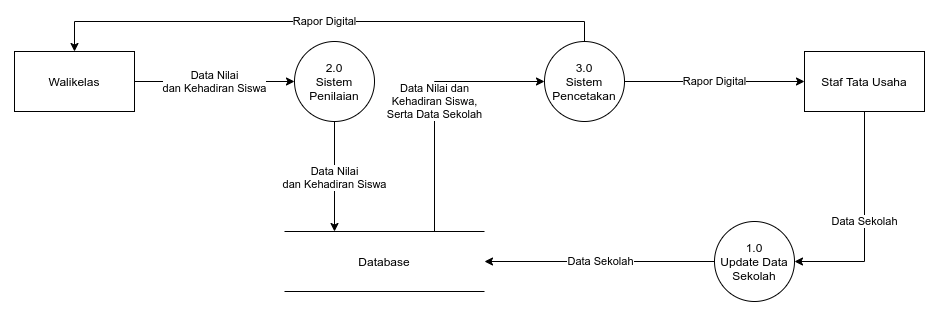
Above: Flow and Other Stuff/DFD Level 1.png in harizMunawar/Laporan-REI (draw.io), before the change. Source tidied: cells renumbered, new cells last; positions are measured from the earlier drawing's top-left corner, leaving out a move shared by most shapes.
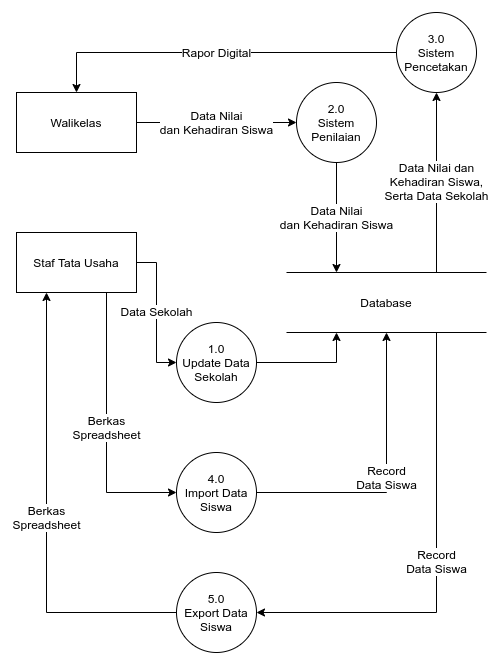
Above is the later version.

Diff of the diagram source:
```diff
@@ -2,44 +2,59 @@
   <root>
     <mxCell id="0" />
     <mxCell id="1" parent="0" />
-    <mxCell id="2" value="Data Nilai&lt;br&gt;dan Kehadiran Siswa" style="edgeStyle=orthogonalEdgeStyle;rounded=0;jettySize=auto;html=1;exitX=0.5;exitY=1;exitDx=0;exitDy=0;entryX=0.25;entryY=0;entryDx=0;entryDy=0;" parent="1" edge="1" source="3" target="9">
+    <mxCell id="2" value="Data Nilai&lt;br style=&quot;font-size: 12px;&quot;&gt;dan Kehadiran Siswa" style="edgeStyle=orthogonalEdgeStyle;rounded=0;jettySize=auto;html=1;exitX=0.5;exitY=1;exitDx=0;exitDy=0;entryX=0.25;entryY=0;entryDx=0;entryDy=0;fontSize=12;" parent="1" edge="1" source="3" target="9">
       <mxGeometry relative="1" as="geometry" />
     </mxCell>
-    <mxCell id="3" value="2.0&lt;br&gt;Sistem Penilaian" style="ellipse;whiteSpace=wrap;html=1;" parent="1" vertex="1">
+    <mxCell id="3" value="2.0&lt;br style=&quot;font-size: 12px;&quot;&gt;Sistem Penilaian" style="ellipse;whiteSpace=wrap;html=1;fontSize=12;" parent="1" vertex="1">
       <mxGeometry x="280" width="80" height="80" as="geometry" />
     </mxCell>
-    <mxCell id="4" value="Data Nilai&lt;br&gt;dan Kehadiran Siswa" style="edgeStyle=orthogonalEdgeStyle;rounded=0;jettySize=auto;html=1;exitX=1;exitY=0.5;exitDx=0;exitDy=0;entryX=0;entryY=0.5;entryDx=0;entryDy=0;" parent="1" edge="1" source="5" target="3">
+    <mxCell id="4" value="Data Nilai&lt;br style=&quot;font-size: 12px;&quot;&gt;dan Kehadiran Siswa" style="edgeStyle=orthogonalEdgeStyle;rounded=0;jettySize=auto;html=1;exitX=1;exitY=0.5;exitDx=0;exitDy=0;entryX=0;entryY=0.5;entryDx=0;entryDy=0;fontSize=12;" parent="1" edge="1" source="5" target="3">
       <mxGeometry relative="1" as="geometry" />
     </mxCell>
-    <mxCell id="5" value="Walikelas" style="rounded=0;whiteSpace=wrap;html=1;" parent="1" vertex="1">
+    <mxCell id="5" value="Walikelas" style="rounded=0;whiteSpace=wrap;html=1;fontSize=12;" parent="1" vertex="1">
       <mxGeometry y="10" width="120" height="60" as="geometry" />
     </mxCell>
-    <mxCell id="6" value="Data Sekolah" style="edgeStyle=orthogonalEdgeStyle;rounded=0;jettySize=auto;html=1;exitX=0.5;exitY=1;exitDx=0;exitDy=0;entryX=1;entryY=0.5;entryDx=0;entryDy=0;" parent="1" edge="1" source="7" target="14">
+    <mxCell id="6" value="Data Sekolah" style="edgeStyle=orthogonalEdgeStyle;rounded=0;jettySize=auto;html=1;exitX=1;exitY=0.5;exitDx=0;exitDy=0;entryX=0;entryY=0.5;entryDx=0;entryDy=0;fontSize=12;" parent="1" edge="1" source="7" target="14">
       <mxGeometry relative="1" as="geometry" />
     </mxCell>
+    <mxCell id="15" value="Berkas&lt;br style=&quot;font-size: 12px;&quot;&gt;Spreadsheet" style="edgeStyle=orthogonalEdgeStyle;rounded=0;jettySize=auto;html=1;exitX=0.75;exitY=1;exitDx=0;exitDy=0;entryX=0;entryY=0.5;entryDx=0;entryDy=0;fontSize=12;" parent="1" edge="1" source="7" target="18">
+      <mxGeometry relative="1" as="geometry" />
+    </mxCell>
-    <mxCell id="7" value="Staf Tata Usaha" style="rounded=0;whiteSpace=wrap;html=1;" parent="1" vertex="1">
-      <mxGeometry x="790" y="10" width="120" height="60" as="geometry" />
+    <mxCell id="7" value="Staf Tata Usaha" style="rounded=0;whiteSpace=wrap;html=1;fontSize=12;" parent="1" vertex="1">
+      <mxGeometry y="150" width="120" height="60" as="geometry" />
     </mxCell>
-    <mxCell id="8" value="Data Nilai dan&lt;br&gt;Kehadiran Siswa,&lt;br&gt;Serta Data Sekolah" style="edgeStyle=orthogonalEdgeStyle;rounded=0;jettySize=auto;html=1;exitX=0.75;exitY=0;exitDx=0;exitDy=0;entryX=0;entryY=0.5;entryDx=0;entryDy=0;" parent="1" edge="1" source="9" target="12">
+    <mxCell id="8" value="Data Nilai dan&lt;br style=&quot;font-size: 12px;&quot;&gt;Kehadiran Siswa,&lt;br style=&quot;font-size: 12px;&quot;&gt;Serta Data Sekolah" style="edgeStyle=orthogonalEdgeStyle;rounded=0;jettySize=auto;html=1;exitX=0.75;exitY=0;exitDx=0;exitDy=0;entryX=0.5;entryY=1;entryDx=0;entryDy=0;fontSize=12;" parent="1" edge="1" source="9" target="12">
       <mxGeometry relative="1" as="geometry" />
     </mxCell>
+    <mxCell id="16" value="Record&lt;br style=&quot;font-size: 12px;&quot;&gt;Data Siswa" style="edgeStyle=orthogonalEdgeStyle;rounded=0;jettySize=auto;html=1;exitX=0.75;exitY=1;exitDx=0;exitDy=0;entryX=1;entryY=0.5;entryDx=0;entryDy=0;fontSize=12;" parent="1" edge="1" source="9" target="20">
+      <mxGeometry relative="1" as="geometry" />
+    </mxCell>
-    <mxCell id="9" value="Database" style="shape=partialRectangle;whiteSpace=wrap;html=1;left=0;right=0;fillColor=none;" parent="1" vertex="1">
+    <mxCell id="9" value="Database" style="shape=partialRectangle;whiteSpace=wrap;html=1;left=0;right=0;fillColor=none;fontSize=12;" parent="1" vertex="1">
       <mxGeometry x="270" y="190" width="200" height="60" as="geometry" />
     </mxCell>
-    <mxCell id="10" value="Rapor Digital" style="edgeStyle=orthogonalEdgeStyle;rounded=0;jettySize=auto;html=1;exitX=0.5;exitY=0;exitDx=0;exitDy=0;entryX=0.5;entryY=0;entryDx=0;entryDy=0;" parent="1" edge="1" source="12" target="5">
+    <mxCell id="10" value="Rapor Digital" style="edgeStyle=orthogonalEdgeStyle;rounded=0;jettySize=auto;html=1;exitX=0;exitY=0.5;exitDx=0;exitDy=0;entryX=0.5;entryY=0;entryDx=0;entryDy=0;fontSize=12;" parent="1" edge="1" source="12" target="5">
       <mxGeometry relative="1" as="geometry" />
     </mxCell>
-    <mxCell id="11" value="Rapor Digital" style="edgeStyle=orthogonalEdgeStyle;rounded=0;jettySize=auto;html=1;exitX=1;exitY=0.5;exitDx=0;exitDy=0;entryX=0;entryY=0.5;entryDx=0;entryDy=0;" parent="1" edge="1" source="12" target="7">
-      <mxGeometry relative="1" as="geometry" />
-    </mxCell>
-    <mxCell id="12" value="3.0&lt;br&gt;Sistem Pencetakan" style="ellipse;whiteSpace=wrap;html=1;" parent="1" vertex="1">
-      <mxGeometry x="530" width="80" height="80" as="geometry" />
+    <mxCell id="12" value="3.0&lt;br style=&quot;font-size: 12px;&quot;&gt;Sistem Pencetakan" style="ellipse;whiteSpace=wrap;html=1;fontSize=12;" parent="1" vertex="1">
+      <mxGeometry x="380" y="-70" width="80" height="80" as="geometry" />
     </mxCell>
-    <mxCell id="13" value="Data Sekolah" style="edgeStyle=orthogonalEdgeStyle;rounded=0;jettySize=auto;html=1;exitX=0;exitY=0.5;exitDx=0;exitDy=0;entryX=1;entryY=0.5;entryDx=0;entryDy=0;" parent="1" edge="1" source="14" target="9">
+    <mxCell id="13" style="edgeStyle=orthogonalEdgeStyle;rounded=0;jettySize=auto;html=1;exitX=1;exitY=0.5;exitDx=0;exitDy=0;entryX=0.25;entryY=1;entryDx=0;entryDy=0;fontSize=12;" parent="1" edge="1" source="14" target="9">
       <mxGeometry relative="1" as="geometry" />
     </mxCell>
-    <mxCell id="14" value="1.0&lt;br&gt;Update Data&lt;br&gt;Sekolah" style="ellipse;whiteSpace=wrap;html=1;" parent="1" vertex="1">
-      <mxGeometry x="700" y="180" width="80" height="80" as="geometry" />
+    <mxCell id="14" value="1.0&lt;br style=&quot;font-size: 12px;&quot;&gt;Update Data&lt;br style=&quot;font-size: 12px;&quot;&gt;Sekolah" style="ellipse;whiteSpace=wrap;html=1;fontSize=12;" parent="1" vertex="1">
+      <mxGeometry x="160" y="240" width="80" height="80" as="geometry" />
     </mxCell>
+    <mxCell id="17" value="Record&lt;br style=&quot;font-size: 12px;&quot;&gt;Data Siswa" style="edgeStyle=orthogonalEdgeStyle;rounded=0;jettySize=auto;html=1;exitX=1;exitY=0.5;exitDx=0;exitDy=0;entryX=0.5;entryY=1;entryDx=0;entryDy=0;fontSize=12;" parent="1" edge="1" source="18" target="9">
+      <mxGeometry relative="1" as="geometry" />
+    </mxCell>
+    <mxCell id="18" value="4.0&lt;br style=&quot;font-size: 12px;&quot;&gt;Import Data Siswa" style="ellipse;whiteSpace=wrap;html=1;fontSize=12;" parent="1" vertex="1">
+      <mxGeometry x="160" y="370" width="80" height="80" as="geometry" />
+    </mxCell>
+    <mxCell id="19" value="Berkas&lt;br style=&quot;font-size: 12px;&quot;&gt;Spreadsheet" style="edgeStyle=orthogonalEdgeStyle;rounded=0;jettySize=auto;html=1;exitX=0;exitY=0.5;exitDx=0;exitDy=0;entryX=0.25;entryY=1;entryDx=0;entryDy=0;fontSize=12;" parent="1" edge="1" source="20" target="7">
+      <mxGeometry relative="1" as="geometry" />
+    </mxCell>
+    <mxCell id="20" value="5.0&lt;br style=&quot;font-size: 12px;&quot;&gt;Export Data Siswa" style="ellipse;whiteSpace=wrap;html=1;fontSize=12;" parent="1" vertex="1">
+      <mxGeometry x="160" y="490" width="80" height="80" as="geometry" />
+    </mxCell>
   </root>
 </mxGraphModel>
```
